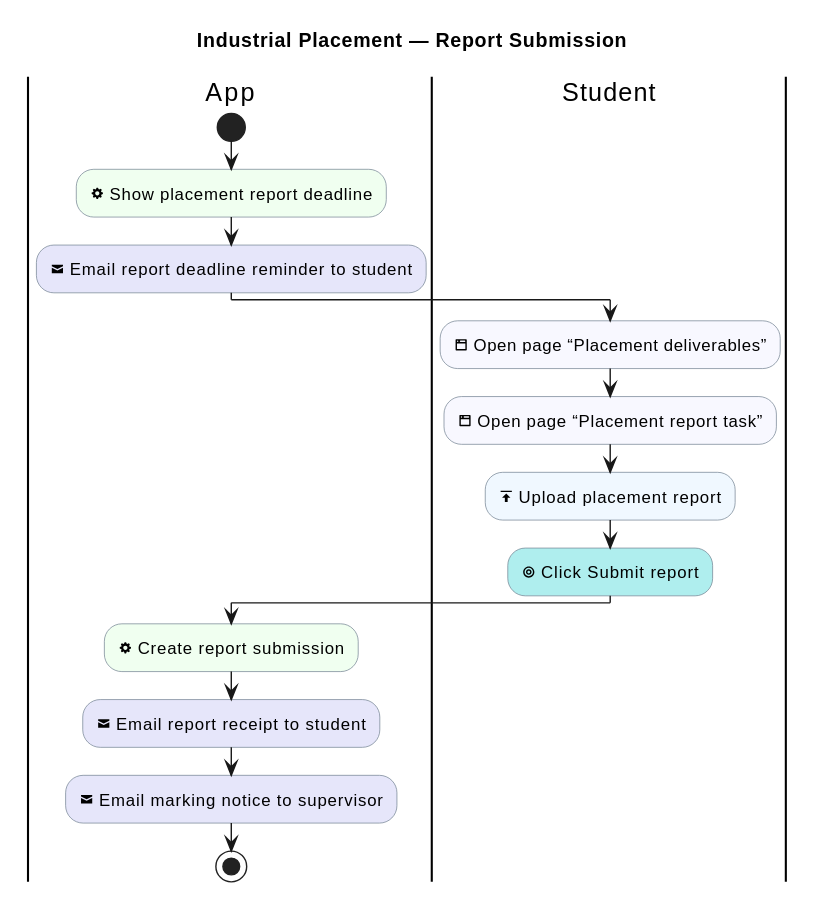
Before: industrial-placement-group-project/diagrams/industrial-placement/report-submission.svg, a diagram exported from PlantUML (sdflkjssl/sdflkjssl.github.io).
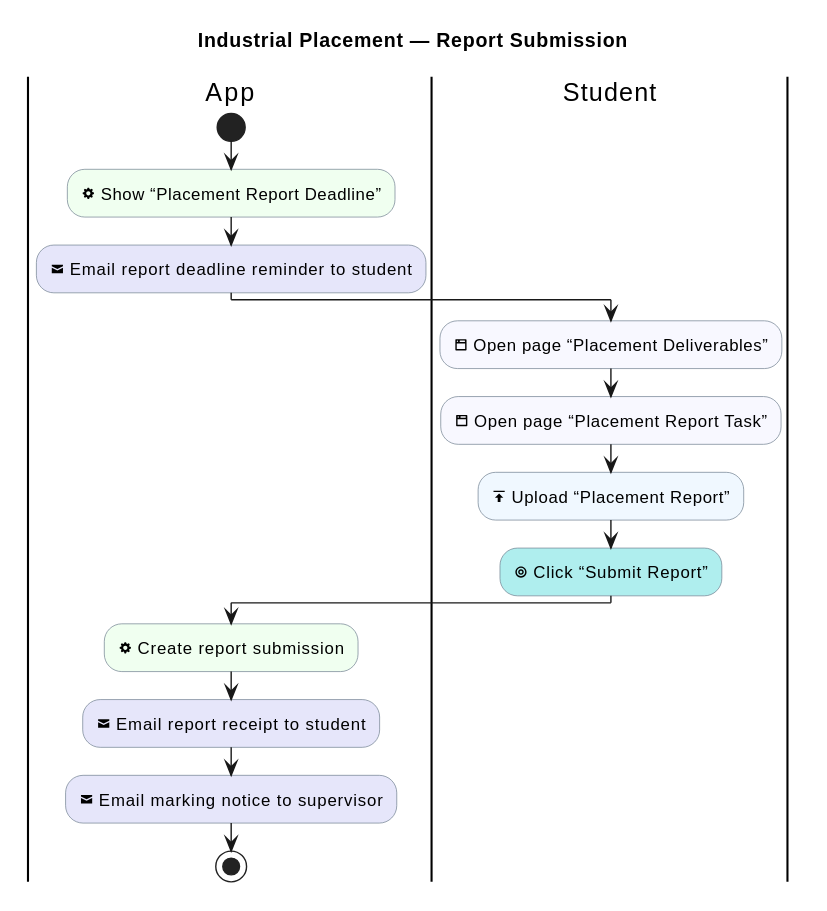
After the change.

The edit, as a diff of the source:
```diff
@@ -12,13 +12,13 @@
 
 |App|
 start
-:<&cog> Show placement report deadline; <<#HoneyDew>>
+:<&cog> Show “Placement Report Deadline”; <<#HoneyDew>>
 :<&envelope-closed> Email report deadline reminder to student; <<#Lavender>>
 |Student|
-:<&browser> Open page “Placement deliverables”; <<#GhostWhite>>
-:<&browser> Open page “Placement report task”; <<#GhostWhite>>
-:<&data-transfer-upload> Upload placement report; <<#AliceBlue>>
-:<&target> Click Submit report; <<#PaleTurquoise>>
+:<&browser> Open page “Placement Deliverables”; <<#GhostWhite>>
+:<&browser> Open page “Placement Report Task”; <<#GhostWhite>>
+:<&data-transfer-upload> Upload “Placement Report”; <<#AliceBlue>>
+:<&target> Click “Submit Report”; <<#PaleTurquoise>>
 |App|
 :<&cog> Create report submission; <<#HoneyDew>>
 :<&envelope-closed> Email report receipt to student; <<#Lavender>>
```
